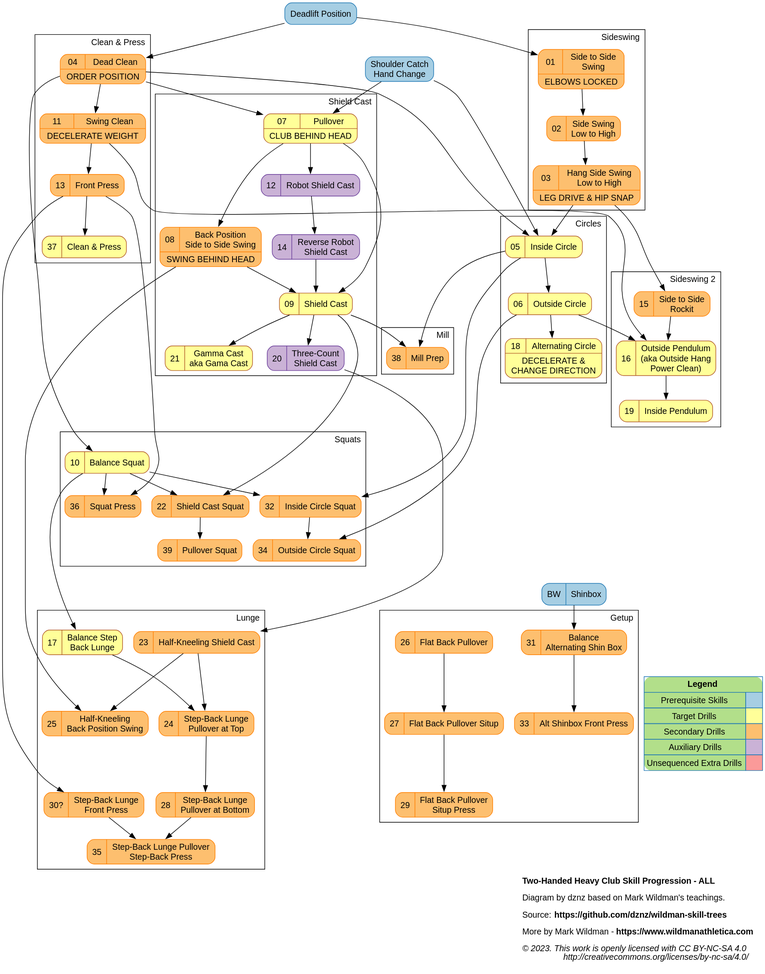
Before: dist/hc_2h_progression_ALL.svg, a diagram exported from PlantUML (dznz/wildman-skill-trees). Its source is kept beside it as src/hc/hc_2h_progression_ALL.puml.
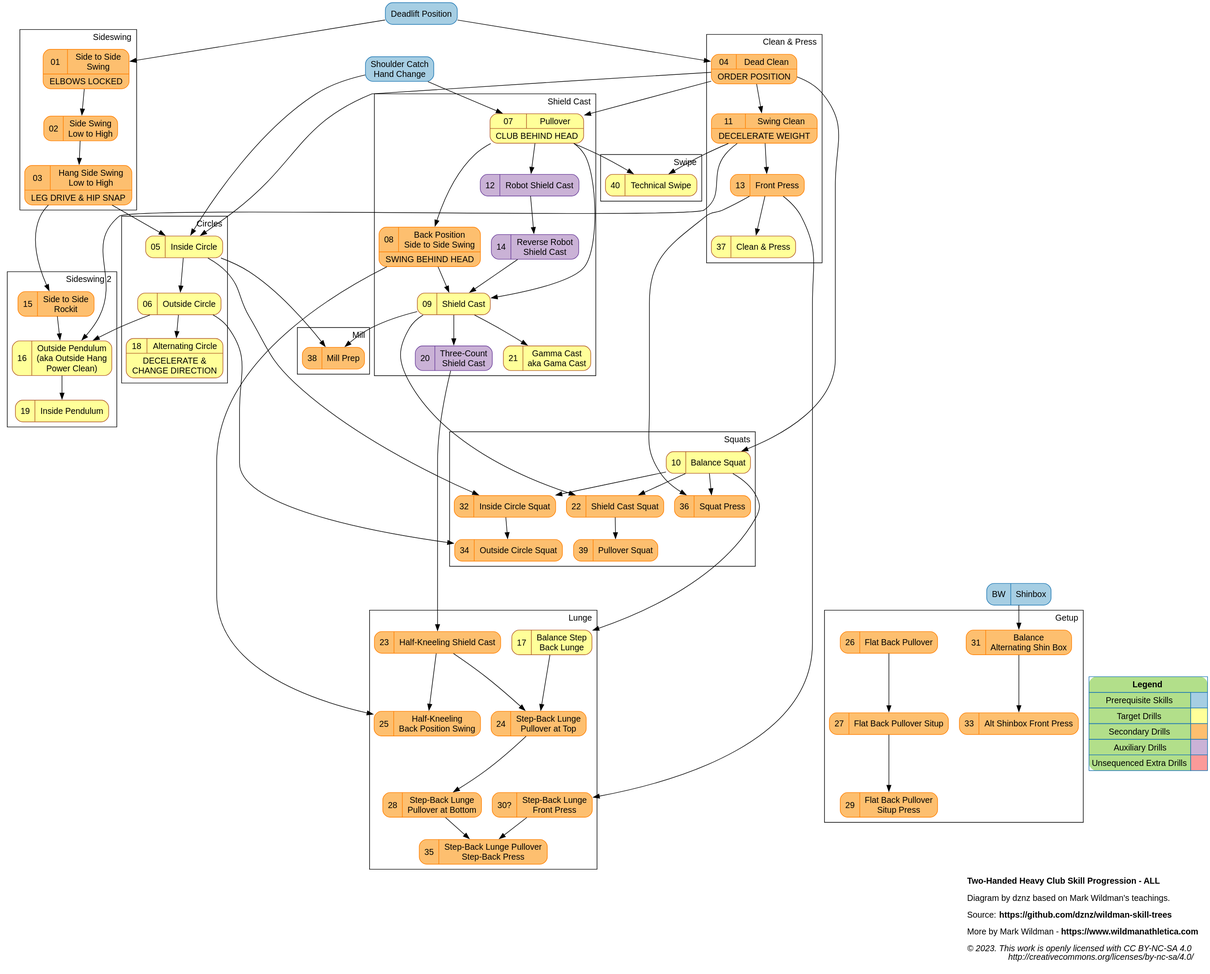
Above is the later version.

Commit message:
feat(hc_2h_progression): add 2HHC-40

Diff of the diagram source:
```diff
@@ -26,7 +26,8 @@
     mov_09_sc; mov_07_pullover; mov_05_insidecircle;
     mov_06_outsidecircle; mov_10_squat; mov_19_inpend;
     mov_16_outpend; mov_17_stepbacklunge; mov_21_gama;
-    mov_37_cap; mov_18_altcircle
+    mov_37_cap; mov_18_altcircle;
+    mov_40_swipe
   }
   subgraph "secondary" {
     node [color=8, fillcolor=7]
@@ -106,6 +107,7 @@
   mov_37_cap                [label="{{37|Clean & Press}}"                                       URL="https://www.youtube.com/watch?v=6kpEYglMJ1c"]
   mov_38_millprep           [label="{{38|Mill Prep}}"                                           URL="https://www.youtube.com/watch?v=G_OXuFs2bRs"]
   mov_39_pullsquat          [label="{{39|Pullover Squat}}"                                      URL="https://www.youtube.com/watch?v=3yf3VO2sd-4"];
+  mov_40_swipe              [label="{{40|Technical Swipe}}"                                     URL="https://www.youtube.com/watch?v=nQ7npb0krRg"];
 
   // Unsequenced
   ' mov_mill                   [label="{{|Mill}}"                            URL="https://www.youtube.com/watch?v=iFtaPBDwG7w"]
@@ -145,6 +147,7 @@
   mov_13_frontpress -> mov_36_squatpress;
   mov_13_frontpress -> mov_30_sbfrontpress;
   mov_20_3csc -> mov_23_kneelsc
+  {mov_11_swingclean, mov_07_pullover} -> mov_40_swipe
 
   ' mov_07_pullover -> mov_180pullover;
   ' mov_07_pullover -> mov_pulloversquat;
@@ -229,6 +232,11 @@
   mov_31_altshinbox -> mov_33_altshinboxfrpress;
 }
 
+subgraph cluster_swipe {
+  label="Swipe"
+  mov_40_swipe
+}
+
 // LAYOUT HACKS
 
   {
```
